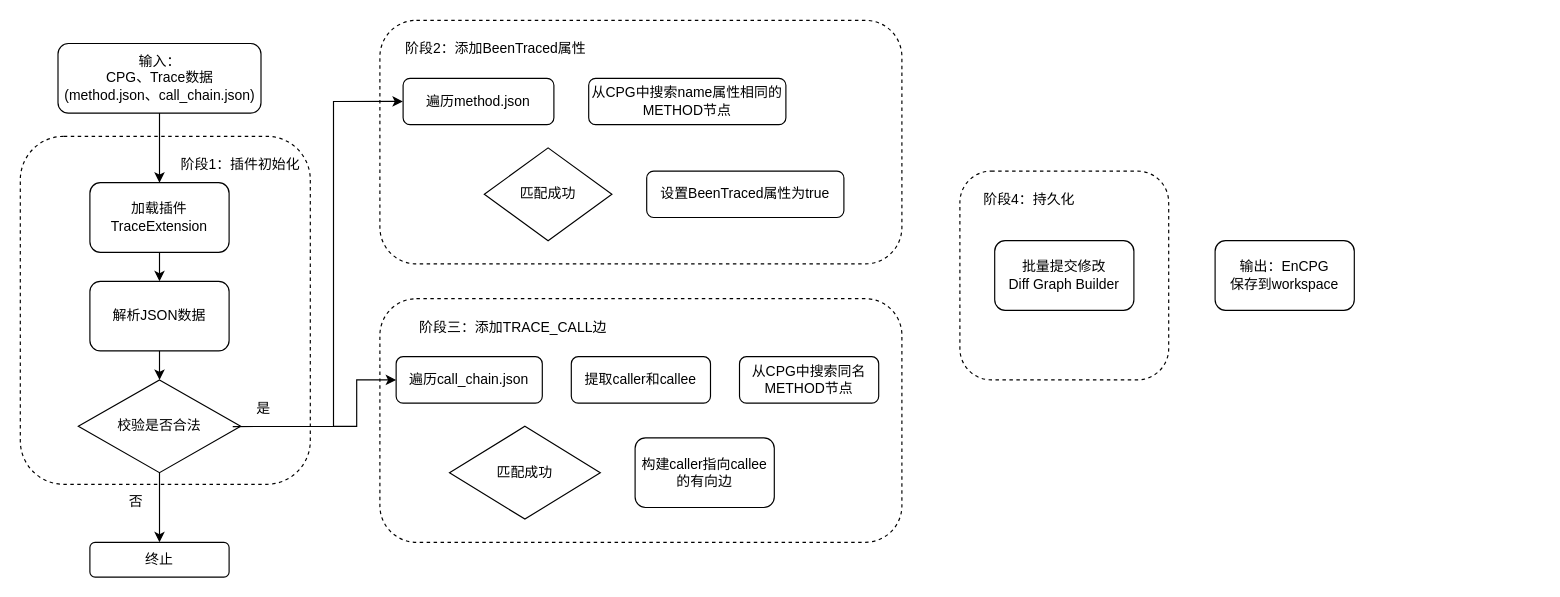
This is MindMap/CPG增强模块.drawio from hourhl/Draw-io, a draw.io file, before an edit. Source tidied: cells renumbered, new cells numbered last; positions are measured from the earlier drawing's top-left corner, leaving out a move shared by most shapes. Both pictures are drawn from the tidied source at 116%, with x=0, y=0 at pixel (20, 20).
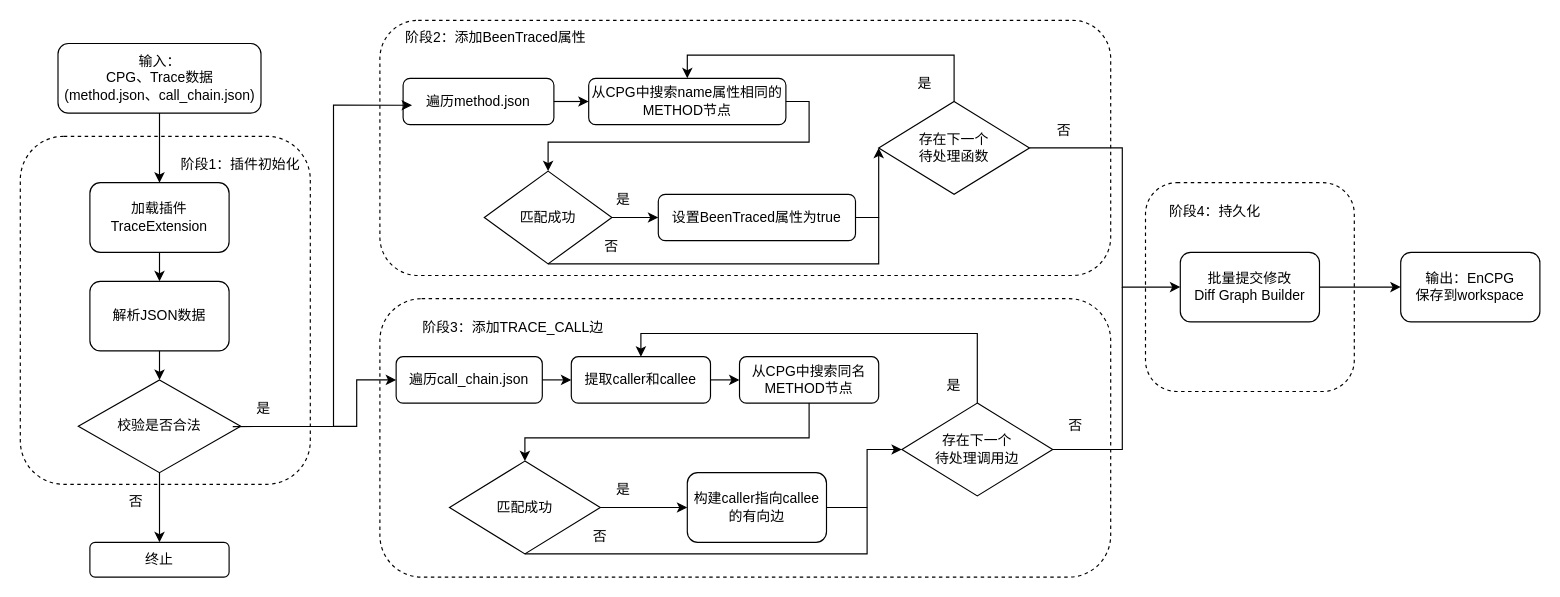
The same diagram, later.

Commit message (it also covers changes not shown here):
更新CPG增强模块.drawio

The change refers to these unchanged cells:
```xml
<mxCell id="7" value="校验是否合法" style="rhombus;whiteSpace=wrap;html=1;" parent="1" vertex="1">
  <mxGeometry x="50" y="310" width="140" height="80" as="geometry" />
</mxCell>
<mxCell id="11" value="遍历method.json" style="rounded=1;whiteSpace=wrap;html=1;" parent="1" vertex="1">
  <mxGeometry x="330" y="50" width="130" height="40" as="geometry" />
</mxCell>
<mxCell id="12" value="从CPG中搜索name属性相同的METHOD节点" style="rounded=1;whiteSpace=wrap;html=1;" parent="1" vertex="1">
  <mxGeometry x="490" y="50" width="170" height="40" as="geometry" />
</mxCell>
<mxCell id="17" value="遍历call_chain.json" style="rounded=1;whiteSpace=wrap;html=1;" parent="1" vertex="1">
  <mxGeometry x="324" y="290" width="126" height="40" as="geometry" />
</mxCell>
<mxCell id="18" value="提取caller和callee" style="rounded=1;whiteSpace=wrap;html=1;" parent="1" vertex="1">
  <mxGeometry x="475" y="290" width="120" height="40" as="geometry" />
</mxCell>
<mxCell id="19" value="从CPG中搜索同名METHOD节点" style="rounded=1;whiteSpace=wrap;html=1;" parent="1" vertex="1">
  <mxGeometry x="620" y="290" width="120" height="40" as="geometry" />
</mxCell>
```

The edit, as a diff of the source:
```diff
@@
     <mxCell id="9" style="rounded=1;whiteSpace=wrap;html=1;dashed=1;" parent="1" vertex="1">
-      <mxGeometry x="310" width="450" height="210" as="geometry" />
+      <mxGeometry x="310" width="630" height="220" as="geometry" />
     </mxCell>
     <mxCell id="10" value="阶段2：添加BeenTraced属性" style="text;html=1;whiteSpace=wrap;strokeColor=none;fillColor=none;align=center;verticalAlign=middle;rounded=0;" parent="1" vertex="1">
-      <mxGeometry x="320" y="10" width="180" height="30" as="geometry" />
+      <mxGeometry x="320" width="180" height="30" as="geometry" />
     </mxCell>
@@
     <mxCell id="13" value="匹配成功" style="rhombus;whiteSpace=wrap;html=1;" parent="1" vertex="1">
-      <mxGeometry x="400" y="110" width="110" height="80" as="geometry" />
+      <mxGeometry x="400" y="130" width="110" height="80" as="geometry" />
     </mxCell>
     <mxCell id="14" value="设置BeenTraced属性为true" style="rounded=1;whiteSpace=wrap;html=1;" parent="1" vertex="1">
-      <mxGeometry x="540" y="130" width="170" height="40" as="geometry" />
+      <mxGeometry x="550" y="150" width="170" height="40" as="geometry" />
     </mxCell>
     <mxCell id="15" style="rounded=1;whiteSpace=wrap;html=1;dashed=1;" parent="1" vertex="1">
-      <mxGeometry x="310" y="240" width="450" height="210" as="geometry" />
+      <mxGeometry x="310" y="240" width="630" height="240" as="geometry" />
     </mxCell>
-    <mxCell id="16" value="阶段三：添加TRACE_CALL边" style="text;html=1;whiteSpace=wrap;strokeColor=none;fillColor=none;align=center;verticalAlign=middle;rounded=0;" parent="1" vertex="1">
+    <mxCell id="16" value="阶段3：添加TRACE_CALL边" style="text;html=1;whiteSpace=wrap;strokeColor=none;fillColor=none;align=center;verticalAlign=middle;rounded=0;" parent="1" vertex="1">
       <mxGeometry x="320" y="250" width="210" height="30" as="geometry" />
     </mxCell>
@@
     <mxCell id="20" value="匹配成功" style="rhombus;whiteSpace=wrap;html=1;" parent="1" vertex="1">
-      <mxGeometry x="370" y="350" width="130" height="80" as="geometry" />
+      <mxGeometry x="370" y="380" width="130" height="80" as="geometry" />
     </mxCell>
     <mxCell id="21" value="构建caller指向callee的有向边" style="rounded=1;whiteSpace=wrap;html=1;" parent="1" vertex="1">
-      <mxGeometry x="530" y="360" width="120" height="60" as="geometry" />
+      <mxGeometry x="575" y="390" width="120" height="60" as="geometry" />
     </mxCell>
     <mxCell id="22" style="rounded=1;whiteSpace=wrap;html=1;dashed=1;" parent="1" vertex="1">
-      <mxGeometry x="810" y="130" width="180" height="180" as="geometry" />
+      <mxGeometry x="970" y="140" width="180" height="180" as="geometry" />
     </mxCell>
     <mxCell id="23" value="阶段4：持久化" style="text;html=1;whiteSpace=wrap;strokeColor=none;fillColor=none;align=center;verticalAlign=middle;rounded=0;" parent="1" vertex="1">
-      <mxGeometry x="820" y="140" width="100" height="30" as="geometry" />
+      <mxGeometry x="980" y="150" width="100" height="30" as="geometry" />
     </mxCell>
     <mxCell id="24" value="批量提交修改&lt;div&gt;Diff Graph Builder&lt;/div&gt;" style="rounded=1;whiteSpace=wrap;html=1;" parent="1" vertex="1">
-      <mxGeometry x="840" y="190" width="120" height="60" as="geometry" />
+      <mxGeometry x="1000" y="200" width="120" height="60" as="geometry" />
     </mxCell>
     <mxCell id="25" value="输出：EnCPG&lt;div&gt;保存到workspace&lt;/div&gt;" style="rounded=1;whiteSpace=wrap;html=1;" parent="1" vertex="1">
-      <mxGeometry x="1030" y="190" width="120" height="60" as="geometry" />
+      <mxGeometry x="1190" y="200" width="120" height="60" as="geometry" />
     </mxCell>
@@
     <mxCell id="31" style="endArrow=classic;html=1;rounded=0;exitX=0.951;exitY=0.503;exitDx=0;exitDy=0;exitPerimeter=0;entryX=0.044;entryY=0.333;entryDx=0;entryDy=0;entryPerimeter=0;" parent="1" edge="1" source="7" target="9">
       <mxGeometry relative="1" as="geometry">
         <Array as="points">
           <mxPoint x="270" y="350" />
-          <mxPoint x="270" y="70" />
+          <mxPoint x="270" y="73" />
         </Array>
       </mxGeometry>
     </mxCell>
@@
+    <mxCell id="34" style="endArrow=classic;html=1;rounded=0;exitX=1;exitY=0.5;exitDx=0;exitDy=0;entryX=0;entryY=0.5;entryDx=0;entryDy=0;" parent="1" edge="1" source="11" target="12">
+      <mxGeometry relative="1" as="geometry" />
+    </mxCell>
+    <mxCell id="35" style="endArrow=classic;html=1;rounded=0;exitX=1;exitY=0.5;exitDx=0;exitDy=0;entryX=0.5;entryY=0;entryDx=0;entryDy=0;" parent="1" edge="1" source="12" target="13">
+      <mxGeometry relative="1" as="geometry">
+        <Array as="points">
+          <mxPoint x="680" y="70" />
+          <mxPoint x="680" y="105" />
+          <mxPoint x="455" y="105" />
+        </Array>
+      </mxGeometry>
+    </mxCell>
+    <mxCell id="36" style="endArrow=classic;html=1;rounded=0;exitX=1;exitY=0.5;exitDx=0;exitDy=0;entryX=0;entryY=0.5;entryDx=0;entryDy=0;" parent="1" edge="1" source="13" target="14">
+      <mxGeometry relative="1" as="geometry" />
+    </mxCell>
+    <mxCell id="37" value="是" style="text;html=1;whiteSpace=wrap;strokeColor=none;fillColor=none;align=center;verticalAlign=middle;rounded=0;" parent="1" vertex="1">
+      <mxGeometry x="490" y="140" width="60" height="30" as="geometry" />
+    </mxCell>
+    <mxCell id="38" style="endArrow=classic;html=1;rounded=0;exitX=1;exitY=0.5;exitDx=0;exitDy=0;entryX=0;entryY=0.5;entryDx=0;entryDy=0;" parent="1" edge="1" source="17" target="18">
+      <mxGeometry relative="1" as="geometry" />
+    </mxCell>
+    <mxCell id="39" style="endArrow=classic;html=1;rounded=0;exitX=1;exitY=0.5;exitDx=0;exitDy=0;entryX=0;entryY=0.5;entryDx=0;entryDy=0;" parent="1" edge="1" source="18" target="19">
+      <mxGeometry relative="1" as="geometry" />
+    </mxCell>
+    <mxCell id="40" value="存在下一个&lt;div&gt;待处理函数&lt;/div&gt;" style="rhombus;whiteSpace=wrap;html=1;" parent="1" vertex="1">
+      <mxGeometry x="740" y="70" width="130" height="80" as="geometry" />
+    </mxCell>
+    <mxCell id="41" style="endArrow=classic;html=1;rounded=0;exitX=1;exitY=0.5;exitDx=0;exitDy=0;entryX=0;entryY=0.5;entryDx=0;entryDy=0;" parent="1" edge="1" source="14" target="40">
+      <mxGeometry relative="1" as="geometry">
+        <Array as="points">
+          <mxPoint x="740" y="170" />
+        </Array>
+      </mxGeometry>
+    </mxCell>
+    <mxCell id="42" style="endArrow=classic;html=1;rounded=0;exitX=0.5;exitY=0;exitDx=0;exitDy=0;entryX=0.5;entryY=0;entryDx=0;entryDy=0;" parent="1" edge="1" source="40" target="12">
+      <mxGeometry relative="1" as="geometry">
+        <Array as="points">
+          <mxPoint x="805" y="30" />
+          <mxPoint x="575" y="30" />
+        </Array>
+      </mxGeometry>
+    </mxCell>
+    <mxCell id="43" style="endArrow=none;html=1;rounded=0;exitX=0.5;exitY=1;exitDx=0;exitDy=0;" parent="1" edge="1" source="13">
+      <mxGeometry relative="1" as="geometry">
+        <mxPoint x="740" y="170" as="targetPoint" />
+        <Array as="points">
+          <mxPoint x="740" y="210" />
+        </Array>
+      </mxGeometry>
+    </mxCell>
+    <mxCell id="44" value="否" style="text;html=1;whiteSpace=wrap;strokeColor=none;fillColor=none;align=center;verticalAlign=middle;rounded=0;" parent="1" vertex="1">
+      <mxGeometry x="480" y="180" width="60" height="30" as="geometry" />
+    </mxCell>
+    <mxCell id="45" style="endArrow=classic;html=1;rounded=0;exitX=1;exitY=0.5;exitDx=0;exitDy=0;entryX=0;entryY=0.5;entryDx=0;entryDy=0;" parent="1" edge="1" source="40" target="24">
+      <mxGeometry relative="1" as="geometry">
+        <Array as="points">
+          <mxPoint x="950" y="110" />
+          <mxPoint x="950" y="230" />
+        </Array>
+      </mxGeometry>
+    </mxCell>
+    <mxCell id="46" value="是" style="text;html=1;whiteSpace=wrap;strokeColor=none;fillColor=none;align=center;verticalAlign=middle;rounded=0;" parent="1" vertex="1">
+      <mxGeometry x="750" y="40" width="60" height="30" as="geometry" />
+    </mxCell>
+    <mxCell id="47" value="否" style="text;html=1;whiteSpace=wrap;strokeColor=none;fillColor=none;align=center;verticalAlign=middle;rounded=0;" parent="1" vertex="1">
+      <mxGeometry x="870" y="80" width="60" height="30" as="geometry" />
+    </mxCell>
+    <mxCell id="48" value="存在下一个&lt;div&gt;待处理调用边&lt;/div&gt;" style="rhombus;whiteSpace=wrap;html=1;" parent="1" vertex="1">
+      <mxGeometry x="760" y="330" width="130" height="80" as="geometry" />
+    </mxCell>
+    <mxCell id="49" style="endArrow=classic;html=1;rounded=0;exitX=0.5;exitY=1;exitDx=0;exitDy=0;entryX=0.5;entryY=0;entryDx=0;entryDy=0;" parent="1" edge="1" source="19" target="20">
+      <mxGeometry relative="1" as="geometry">
+        <Array as="points">
+          <mxPoint x="680" y="360" />
+          <mxPoint x="435" y="360" />
+        </Array>
+      </mxGeometry>
+    </mxCell>
+    <mxCell id="50" style="endArrow=classic;html=1;rounded=0;exitX=1;exitY=0.5;exitDx=0;exitDy=0;entryX=0;entryY=0.5;entryDx=0;entryDy=0;" parent="1" edge="1" source="20" target="21">
+      <mxGeometry relative="1" as="geometry" />
+    </mxCell>
+    <mxCell id="51" style="endArrow=classic;html=1;rounded=0;exitX=1;exitY=0.5;exitDx=0;exitDy=0;entryX=0;entryY=0.5;entryDx=0;entryDy=0;" parent="1" edge="1" source="21" target="48">
+      <mxGeometry relative="1" as="geometry">
+        <Array as="points">
+          <mxPoint x="730" y="420" />
+          <mxPoint x="730" y="370" />
+        </Array>
+      </mxGeometry>
+    </mxCell>
+    <mxCell id="52" style="endArrow=none;html=1;rounded=0;exitX=0.5;exitY=1;exitDx=0;exitDy=0;" parent="1" edge="1" source="20">
+      <mxGeometry relative="1" as="geometry">
+        <mxPoint x="730" y="420" as="targetPoint" />
+        <Array as="points">
+          <mxPoint x="730" y="460" />
+        </Array>
+      </mxGeometry>
+    </mxCell>
+    <mxCell id="53" style="endArrow=classic;html=1;rounded=0;exitX=0.5;exitY=0;exitDx=0;exitDy=0;entryX=0.5;entryY=0;entryDx=0;entryDy=0;" parent="1" edge="1" source="48" target="18">
+      <mxGeometry relative="1" as="geometry">
+        <Array as="points">
+          <mxPoint x="825" y="270" />
+          <mxPoint x="535" y="270" />
+        </Array>
+      </mxGeometry>
+    </mxCell>
+    <mxCell id="54" style="endArrow=none;html=1;rounded=0;exitX=1;exitY=0.5;exitDx=0;exitDy=0;" parent="1" edge="1" source="48">
+      <mxGeometry relative="1" as="geometry">
+        <mxPoint x="950" y="230" as="targetPoint" />
+        <Array as="points">
+          <mxPoint x="950" y="370" />
+        </Array>
+      </mxGeometry>
+    </mxCell>
+    <mxCell id="55" value="是" style="text;html=1;whiteSpace=wrap;strokeColor=none;fillColor=none;align=center;verticalAlign=middle;rounded=0;" parent="1" vertex="1">
+      <mxGeometry x="490" y="390" width="60" height="30" as="geometry" />
+    </mxCell>
+    <mxCell id="56" value="否" style="text;html=1;whiteSpace=wrap;strokeColor=none;fillColor=none;align=center;verticalAlign=middle;rounded=0;" parent="1" vertex="1">
+      <mxGeometry x="470" y="430" width="60" height="30" as="geometry" />
+    </mxCell>
+    <mxCell id="57" value="是" style="text;html=1;whiteSpace=wrap;strokeColor=none;fillColor=none;align=center;verticalAlign=middle;rounded=0;" parent="1" vertex="1">
+      <mxGeometry x="775" y="300" width="60" height="30" as="geometry" />
+    </mxCell>
+    <mxCell id="58" value="否" style="text;html=1;whiteSpace=wrap;strokeColor=none;fillColor=none;align=center;verticalAlign=middle;rounded=0;" parent="1" vertex="1">
+      <mxGeometry x="880" y="335" width="60" height="30" as="geometry" />
+    </mxCell>
+    <mxCell id="59" style="endArrow=classic;html=1;rounded=0;exitX=1;exitY=0.5;exitDx=0;exitDy=0;entryX=0;entryY=0.5;entryDx=0;entryDy=0;" parent="1" edge="1" source="24" target="25">
+      <mxGeometry relative="1" as="geometry" />
+    </mxCell>
```
